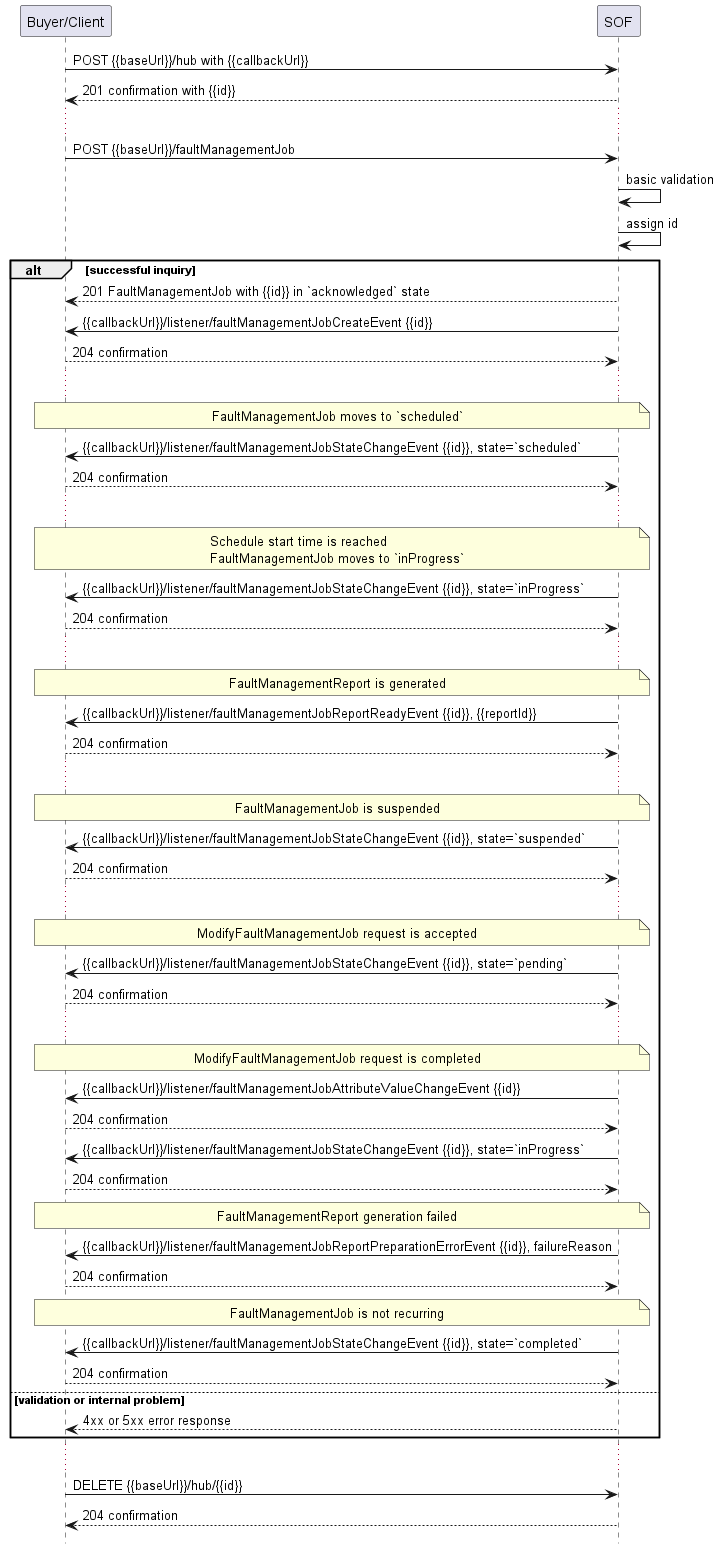
Earlier version of the PlantUML export documentation/serviceApi/fm/media/notificationsForFaultManagementJob.png (MEF-GIT/MEF-LSO-Legato-SDK). Its diagram source:
```plantuml
@startuml notificationsForFaultManagementJob

hide footbox

participant "Buyer/Client" as B
participant SOF

B -> SOF : POST {{baseUrl}}/hub with {{callbackUrl}}
SOF --> B: 201 confirmation with {{id}}
...
B -> SOF : POST {{baseUrl}}/faultManagementJob
SOF -> SOF : basic validation
SOF -> SOF : assign id

alt successful inquiry
  SOF --> B : 201 FaultManagementJob with {{id}} in `acknowledged` state
  SOF -> B: {{callbackUrl}}/listener/faultManagementJobCreateEvent {{id}}
  B --> SOF : 204 confirmation
  ...

  note over B, SOF : FaultManagementJob moves to `scheduled`
  SOF -> B: {{callbackUrl}}/listener/faultManagementJobStateChangeEvent {{id}}, state=`scheduled`
  B --> SOF : 204 confirmation
  ...

  note over B, SOF : Schedule start time is reached\nFaultManagementJob moves to `inProgress`
  SOF -> B: {{callbackUrl}}/listener/faultManagementJobStateChangeEvent {{id}}, state=`inProgress`
  B --> SOF : 204 confirmation
  ...

  note over B, SOF : FaultManagementReport is generated
  SOF -> B: {{callbackUrl}}/listener/faultManagementJobReportReadyEvent {{id}}, {{reportId}}
  B --> SOF : 204 confirmation
  ...

  note over B, SOF : FaultManagementJob is suspended
  SOF -> B: {{callbackUrl}}/listener/faultManagementJobStateChangeEvent {{id}}, state=`suspended`
  B --> SOF : 204 confirmation
  ...

  note over B, SOF : ModifyFaultManagementJob request is accepted
  SOF -> B: {{callbackUrl}}/listener/faultManagementJobStateChangeEvent {{id}}, state=`pending`
  B --> SOF : 204 confirmation
  ...

  note over B, SOF : ModifyFaultManagementJob request is completed
  SOF -> B: {{callbackUrl}}/listener/faultManagementJobAttributeValueChangeEvent {{id}}
  B --> SOF : 204 confirmation

  SOF -> B: {{callbackUrl}}/listener/faultManagementJobStateChangeEvent {{id}}, state=`inProgress`
  B --> SOF : 204 confirmation

  note over B, SOF : FaultManagementReport generation failed
  SOF -> B: {{callbackUrl}}/listener/faultManagementJobReportPreparationErrorEvent {{id}}, failureReason
  B --> SOF : 204 confirmation

  note over B, SOF : FaultManagementJob is not recurring
  SOF -> B: {{callbackUrl}}/listener/faultManagementJobStateChangeEvent {{id}}, state=`completed`
  B --> SOF : 204 confirmation


else validation or internal problem
  SOF --> B : 4xx or 5xx error response
end

...

B -> SOF : DELETE {{baseUrl}}/hub/{{id}}
SOF -->  B : 204 confirmation

@enduml
```
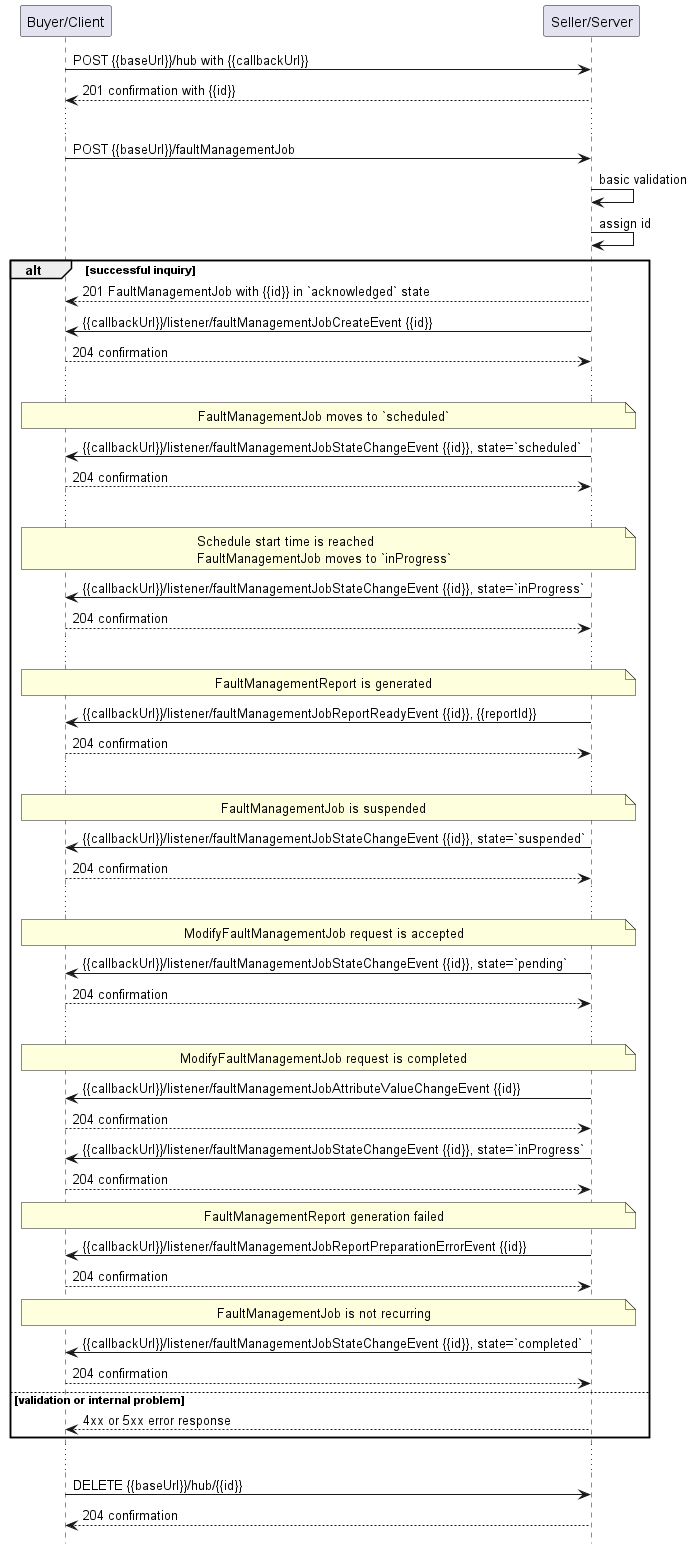
After the change.

The edit, as a diff of the source:
```diff
@@ -3,7 +3,7 @@
 hide footbox
 
 participant "Buyer/Client" as B
-participant SOF
+participant "Seller/Server" as SOF
 
 B -> SOF : POST {{baseUrl}}/hub with {{callbackUrl}}
 SOF --> B: 201 confirmation with {{id}}
@@ -51,7 +51,7 @@
   B --> SOF : 204 confirmation
 
   note over B, SOF : FaultManagementReport generation failed
-  SOF -> B: {{callbackUrl}}/listener/faultManagementJobReportPreparationErrorEvent {{id}}, failureReason
+  SOF -> B: {{callbackUrl}}/listener/faultManagementJobReportPreparationErrorEvent {{id}}
   B --> SOF : 204 confirmation
 
   note over B, SOF : FaultManagementJob is not recurring
@@ -62,7 +62,6 @@
 else validation or internal problem
   SOF --> B : 4xx or 5xx error response
 end
-
 ...
 
 B -> SOF : DELETE {{baseUrl}}/hub/{{id}}
```
